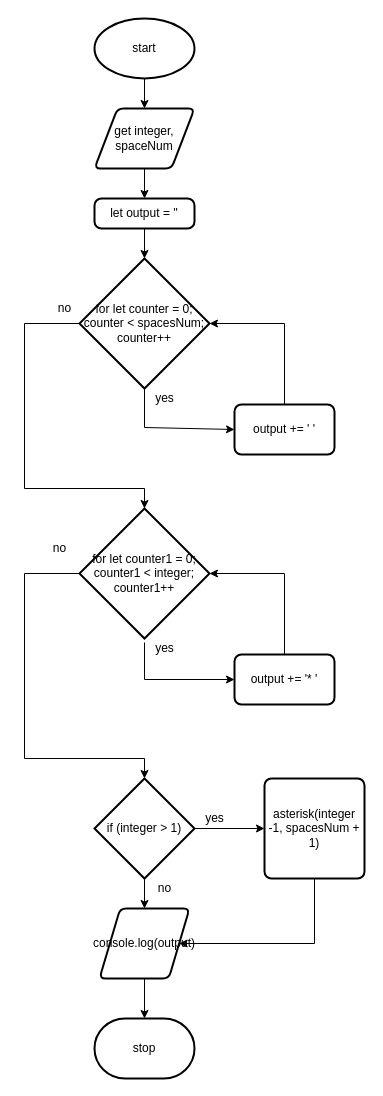
Seti-Ngabo/ICS4U-Assignement4-typescript keeps this draw.io diagram as flow_chart.drawio. Above is the earlier version. Source tidied: cells renumbered, new cells numbered last; positions are measured from the earlier drawing's top-left corner, leaving out a move shared by most shapes. Both pictures are drawn from the tidied source at 100%, with x=0, y=0 at pixel (24, 18).
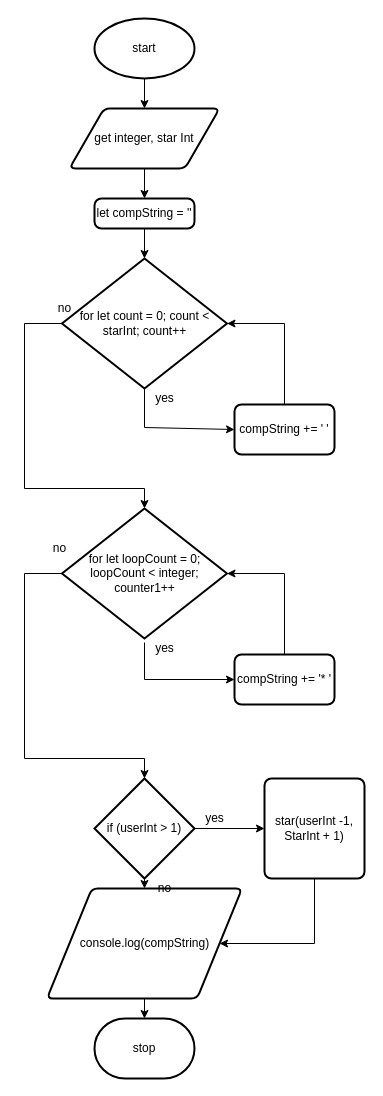
The same page after the edit.

Diff of the diagram source:
```diff
@@
-    <mxCell id="5" value="get integer, spaceNum" style="shape=parallelogram;html=1;strokeWidth=2;perimeter=parallelogramPerimeter;whiteSpace=wrap;rounded=1;arcSize=12;size=0.23;" parent="1" vertex="1">
-      <mxGeometry x="70" y="90" width="100" height="60" as="geometry" />
+    <mxCell id="5" value="get integer, star Int" style="shape=parallelogram;html=1;strokeWidth=2;perimeter=parallelogramPerimeter;whiteSpace=wrap;rounded=1;arcSize=12;size=0.23;" parent="1" vertex="1">
+      <mxGeometry x="45" y="90" width="150" height="60" as="geometry" />
     </mxCell>
@@
-    <mxCell id="7" value="let output = ''" style="rounded=1;whiteSpace=wrap;html=1;absoluteArcSize=1;arcSize=14;strokeWidth=2;" parent="1" vertex="1">
+    <mxCell id="7" value="let compString = ''" style="rounded=1;whiteSpace=wrap;html=1;absoluteArcSize=1;arcSize=14;strokeWidth=2;" parent="1" vertex="1">
       <mxGeometry x="70" y="180" width="100" height="30" as="geometry" />
     </mxCell>
@@
-    <mxCell id="10" value="for let counter = 0; counter &amp;lt; spacesNum; counter++" style="strokeWidth=2;html=1;shape=mxgraph.flowchart.decision;whiteSpace=wrap;" parent="1" vertex="1">
-      <mxGeometry x="55" y="240" width="130" height="130" as="geometry" />
+    <mxCell id="10" value="for let count = 0; count &amp;lt; starInt; count++" style="strokeWidth=2;html=1;shape=mxgraph.flowchart.decision;whiteSpace=wrap;" parent="1" vertex="1">
+      <mxGeometry x="37.5" y="240" width="165" height="130" as="geometry" />
     </mxCell>
@@
-    <mxCell id="12" value="output += ' '" style="rounded=1;whiteSpace=wrap;html=1;absoluteArcSize=1;arcSize=14;strokeWidth=2;" parent="1" vertex="1">
+    <mxCell id="12" value="compString += ' '" style="rounded=1;whiteSpace=wrap;html=1;absoluteArcSize=1;arcSize=14;strokeWidth=2;" parent="1" vertex="1">
       <mxGeometry x="210" y="386" width="100" height="50" as="geometry" />
     </mxCell>
@@
-    <mxCell id="16" value="for let counter1 = 0; counter1 &amp;lt; integer; counter1++" style="strokeWidth=2;html=1;shape=mxgraph.flowchart.decision;whiteSpace=wrap;" parent="1" vertex="1">
-      <mxGeometry x="55" y="490" width="130" height="130" as="geometry" />
+    <mxCell id="16" value="for let loopCount = 0; loopCount &amp;lt; integer; counter1++" style="strokeWidth=2;html=1;shape=mxgraph.flowchart.decision;whiteSpace=wrap;" parent="1" vertex="1">
+      <mxGeometry x="37.5" y="490" width="165" height="130" as="geometry" />
     </mxCell>
@@
-    <mxCell id="18" value="output += '* '" style="rounded=1;whiteSpace=wrap;html=1;absoluteArcSize=1;arcSize=14;strokeWidth=2;" parent="1" vertex="1">
+    <mxCell id="18" value="compString += '* '" style="rounded=1;whiteSpace=wrap;html=1;absoluteArcSize=1;arcSize=14;strokeWidth=2;" parent="1" vertex="1">
       <mxGeometry x="210" y="636" width="100" height="50" as="geometry" />
     </mxCell>
@@
-    <mxCell id="24" value="if (integer &amp;gt; 1)" style="strokeWidth=2;html=1;shape=mxgraph.flowchart.decision;whiteSpace=wrap;" parent="1" vertex="1">
+    <mxCell id="24" value="if (userInt &amp;gt; 1)" style="strokeWidth=2;html=1;shape=mxgraph.flowchart.decision;whiteSpace=wrap;" parent="1" vertex="1">
       <mxGeometry x="70" y="760" width="100" height="100" as="geometry" />
     </mxCell>
@@
-    <mxCell id="26" value="console.log(output)" style="shape=parallelogram;html=1;strokeWidth=2;perimeter=parallelogramPerimeter;whiteSpace=wrap;rounded=1;arcSize=12;size=0.23;" parent="1" vertex="1">
-      <mxGeometry x="75" y="890" width="90" height="70" as="geometry" />
+    <mxCell id="26" value="console.log(compString)" style="shape=parallelogram;html=1;strokeWidth=2;perimeter=parallelogramPerimeter;whiteSpace=wrap;rounded=1;arcSize=12;size=0.23;" parent="1" vertex="1">
+      <mxGeometry x="22.5" y="870" width="195" height="110" as="geometry" />
     </mxCell>
@@
-    <mxCell id="30" value="asterisk(integer -1, spacesNum + 1)" style="rounded=1;whiteSpace=wrap;html=1;absoluteArcSize=1;arcSize=14;strokeWidth=2;" parent="1" vertex="1">
+    <mxCell id="30" value="star(userInt -1, StarInt + 1)" style="rounded=1;whiteSpace=wrap;html=1;absoluteArcSize=1;arcSize=14;strokeWidth=2;" parent="1" vertex="1">
       <mxGeometry x="240" y="760" width="100" height="100" as="geometry" />
     </mxCell>
```
